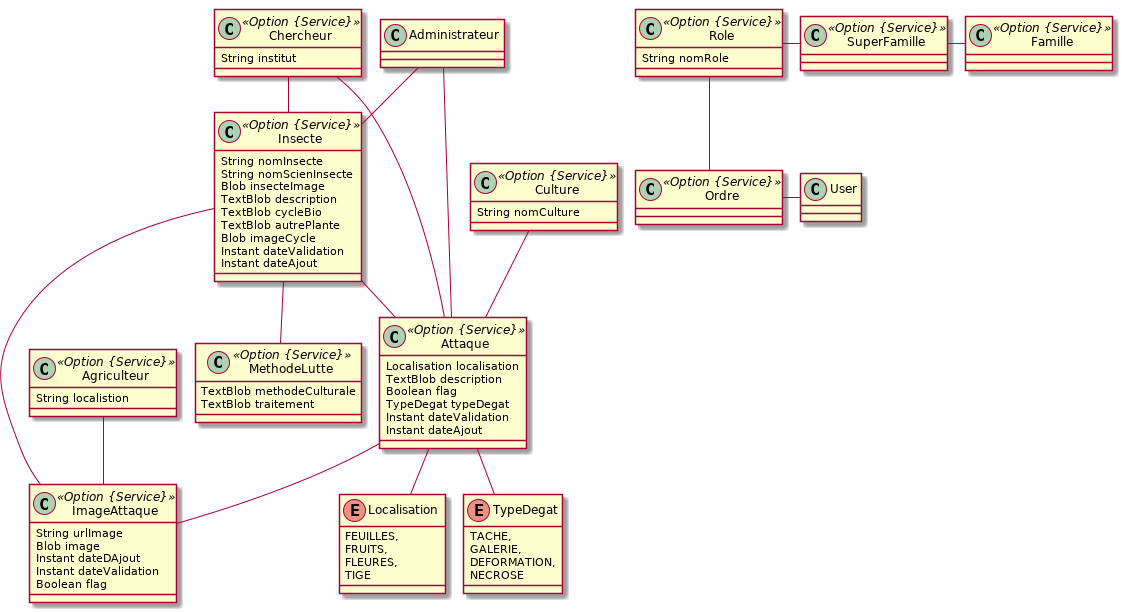
Earlier version of the PlantUML export model.png (Mzbf/ArSATolProject).
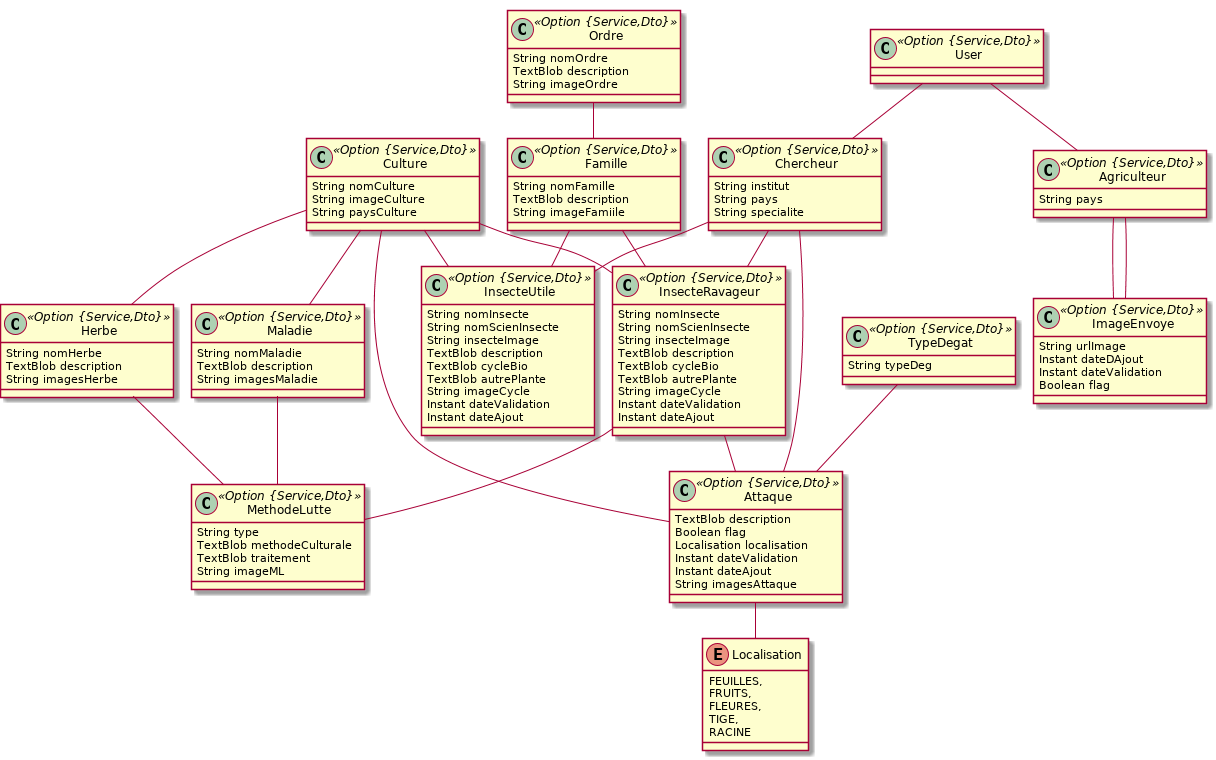
Above is the later version.

Change to the diagram source:
```diff
@@ -1,80 +1,112 @@
 @startuml
 	!pragma graphviz_dot jdot
 	!pragma syntax class
-	class Insecte <<Option {Service}>> {
+	class InsecteUtile <<Option {Service,Dto}>> {
 		String nomInsecte
 		String nomScienInsecte
-		Blob insecteImage
+		String insecteImage
 		TextBlob description
 		TextBlob cycleBio
 		TextBlob autrePlante
-		Blob imageCycle
+		String imageCycle
 		Instant dateValidation
 		Instant dateAjout
 	}
-	class Attaque <<Option {Service}>> {
-		Localisation localisation
+	class InsecteRavageur <<Option {Service,Dto}>> {
+		String nomInsecte
+		String nomScienInsecte
+		String insecteImage
 		TextBlob description
-		Boolean flag
-		TypeDegat typeDegat
+		TextBlob cycleBio
+		TextBlob autrePlante
+		String imageCycle
 		Instant dateValidation
 		Instant dateAjout
 	}
+	class Maladie <<Option {Service,Dto}>> {
+		String nomMaladie
+		TextBlob description
+		String imagesMaladie
+	}
+	class Herbe <<Option {Service,Dto}>> {
+		String nomHerbe
+		TextBlob description
+		String imagesHerbe
+	}
+	class Culture <<Option {Service,Dto}>> {
+		String nomCulture
+		String imageCulture
+		String paysCulture
+	}
+	class Attaque <<Option {Service,Dto}>> {
+		TextBlob description
+		Boolean flag
+		Localisation localisation
+		Instant dateValidation
+		Instant dateAjout
+		String imagesAttaque
+	}
 	Attaque ..> Localisation
-	Attaque ..> TypeDegat
-	class MethodeLutte <<Option {Service}>> {
+	class MethodeLutte <<Option {Service,Dto}>> {
+		String type
 		TextBlob methodeCulturale
 		TextBlob traitement
+		String imageML
 	}
-	class Culture <<Option {Service}>> {
-		String nomCulture
-	}
-	class ImageAttaque <<Option {Service}>> {
+	class ImageEnvoye <<Option {Service,Dto}>> {
 		String urlImage
-		Blob image
 		Instant dateDAjout
 		Instant dateValidation
 		Boolean flag
 	}
-	class Role <<Option {Service}>> {
-		String nomRole
+	class Agriculteur <<Option {Service,Dto}>> {
+		String pays
 	}
-	class Agriculteur <<Option {Service}>> {
-		String localistion
+	class Chercheur <<Option {Service,Dto}>> {
+		String institut
+		String pays
+		String specialite
 	}
-	class Chercheur <<Option {Service}>> {
-		String institut
+	class Famille <<Option {Service,Dto}>> {
+		String nomFamille
+		TextBlob description
+		String imageFamiile
 	}
-	class Administrateur  {
+	class Ordre <<Option {Service,Dto}>> {
+		String nomOrdre
+		TextBlob description
+		String imageOrdre
 	}
-	class SuperFamille <<Option {Service}>> {
-	}
-	class Famille <<Option {Service}>> {
-	}
-	class Ordre <<Option {Service}>> {
-	}
-	enum TypeDegat {
-		TACHE,
-		GALERIE,
-		DEFORMATION,
-		NECROSE
+	class TypeDegat <<Option {Service,Dto}>> {
+		String typeDeg
 	}
 	enum Localisation {
 		FEUILLES,
 		FRUITS,
 		FLEURES,
-		TIGE
+		TIGE,
+		RACINE
 	}
-	Insecte  "attaque 0..1 " --o "0..* "  Attaque
+	Culture  "cultureMaladie 0..* " o--o "culture 0..* "  Maladie
+	Culture  "cultureInsecteUtile 0..* " o--o "culture 0..* "  InsecteUtile
+	Culture  "culturesRavageur 0..* " o--o "culture 0..* "  InsecteRavageur
+	Culture  "cultureHerbe 0..* " o--o "culture 0..* "  Herbe
+	Herbe  "MLherbe 0..1 " -- "0..1 "  MethodeLutte
+	InsecteRavageur  "MLravageur 0..1 " -- "0..1 "  MethodeLutte
+	Maladie  "MLmaladie 0..1 " -- "0..1 "  MethodeLutte
+	InsecteRavageur  "ravageur 0..1 " --o "0..* "  Attaque
 	Culture  "attaque 0..1 " --o "0..* "  Attaque
-	Chercheur  "ajoutInsecte 0..1 " --o "0..* "  Insecte
+	Chercheur  "ajoutRavageur 0..1 " --o "0..* "  InsecteRavageur
+	Chercheur  "ajoutInsUtile 0..1 " --o "0..* "  InsecteUtile
 	Chercheur  "ajoutAttaque 0..1 " --o "0..* "  Attaque
-	Administrateur  "adminAjoutInsecte 0..1 " --o "0..* "  Insecte
-	Administrateur  "adminAjoutAttaque 0..1 " --o "0..* "  Attaque
-	Insecte  "methode 0..1 " -- "0..1 "  MethodeLutte
-	Attaque  "imageAttaque 0..1 " --o "0..* "  ImageAttaque
-	Insecte  "imageInsecte 0..1 " --o "0..* "  ImageAttaque
-	Agriculteur  "imageSend 0..1 " --o "0..* "  ImageAttaque
-	class User  {
+	Agriculteur  "agriculteur 0..1 " --o "0..* "  ImageEnvoye
+	Ordre  "ordre 0..1 " --o "0..* "  Famille
+	Famille  "familleRavageur 0..1 " --o "0..* "  InsecteRavageur
+	Famille  "familleInseUtile 0..1 " --o "0..* "  InsecteUtile
+	TypeDegat  "degat 0..1 " --o "0..* "  Attaque
+	Agriculteur  "agriculteur 0..1 " --o "0..* "  ImageEnvoye
+	User  "user_idA 0..1 " -- "0..1 "  Agriculteur
+	User  "user_idC 0..1 " -- "0..1 "  Chercheur
+	class User <<Option {Service,Dto}>> {
 	}
 @enduml
```
